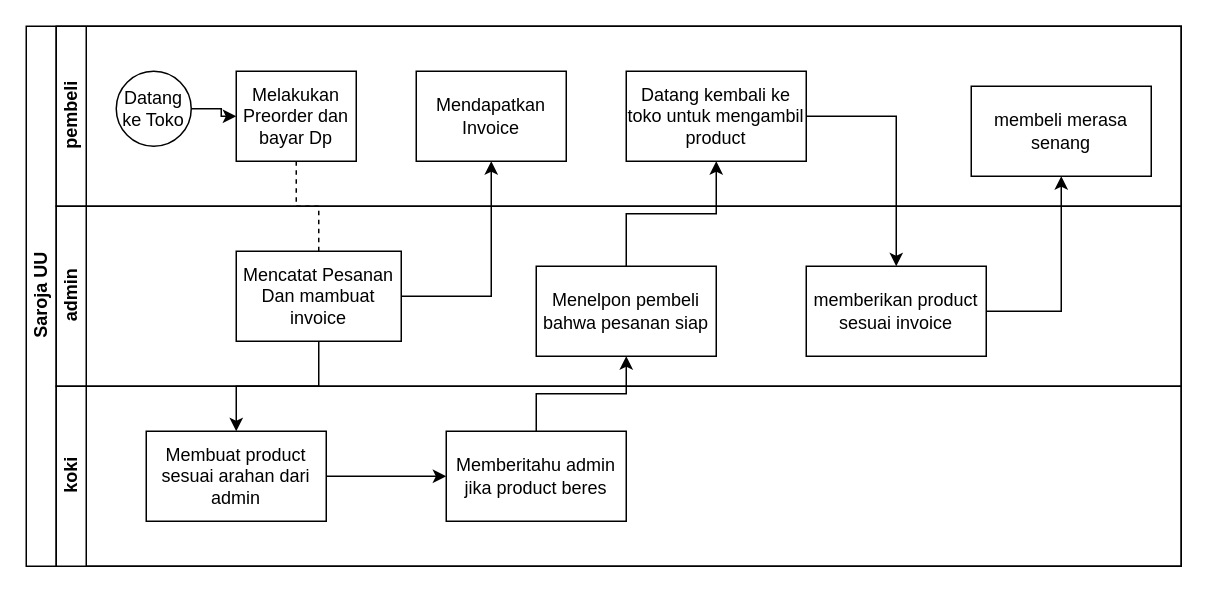
Earlier version of the draw.io diagram Untitled Diagram.drawio (PramAhmad/si_system). Source tidied: cells renumbered, new cells numbered last; positions are measured from the earlier drawing's top-left corner, leaving out a move shared by most shapes. Both pictures are drawn from the tidied source at 150%, with x=0, y=0 at pixel (26, 26).
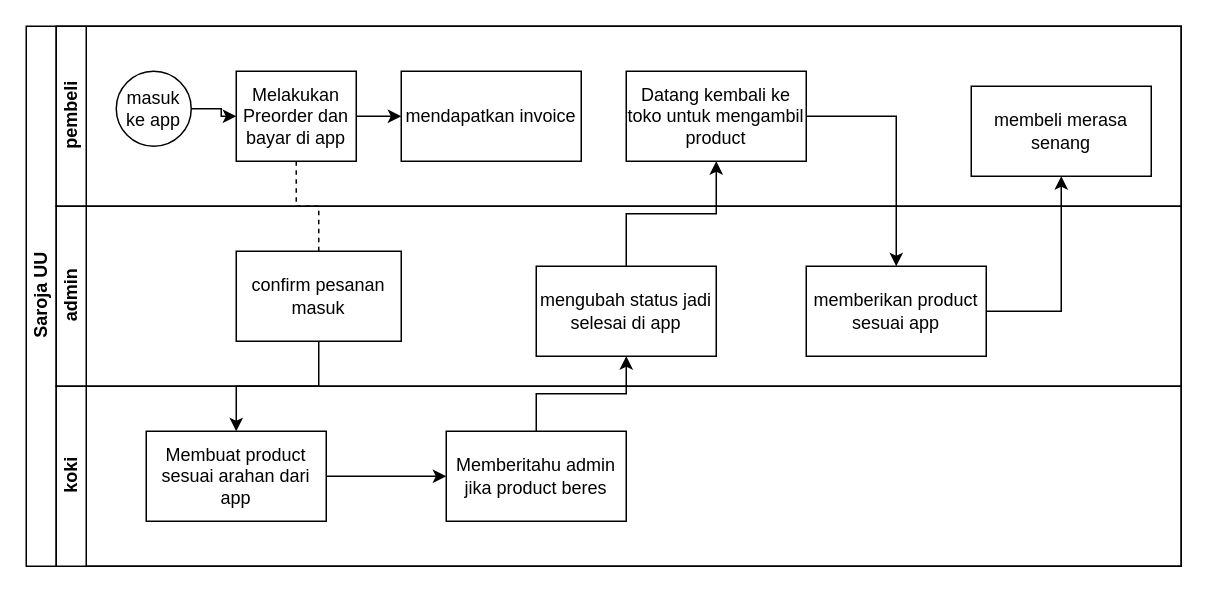
After the change.

The change refers to these unchanged cells:
```xml
<mxCell id="2" value="Saroja UU" style="swimlane;html=1;horizontal=0;startSize=20;" parent="1" vertex="1">
  <mxGeometry width="770" height="360" as="geometry" />
</mxCell>
<mxCell id="4" value="pembeli" style="swimlane;html=1;startSize=20;horizontal=0;" parent="2" vertex="1">
  <mxGeometry x="20" width="750" height="120" as="geometry" />
</mxCell>
<mxCell id="11" value="admin" style="swimlane;html=1;startSize=20;horizontal=0;" parent="2" vertex="1">
  <mxGeometry x="20" y="120" width="750" height="120" as="geometry" />
</mxCell>
<mxCell id="15" value="koki" style="swimlane;html=1;startSize=20;horizontal=0;" parent="2" vertex="1">
  <mxGeometry x="20" y="240" width="750" height="120" as="geometry" />
</mxCell>
```

Diff of the diagram source:
```diff
@@
-    <mxCell id="6" value="Datang ke Toko" style="ellipse;whiteSpace=wrap;html=1;" parent="4" vertex="1">
+    <mxCell id="6" value="masuk ke app" style="ellipse;whiteSpace=wrap;html=1;" parent="4" vertex="1">
       <mxGeometry x="40" y="30" width="50" height="50" as="geometry" />
     </mxCell>
+    <mxCell id="25" style="edgeStyle=orthogonalEdgeStyle;rounded=0;jettySize=auto;html=1;" parent="4" edge="1" source="7" target="26">
+      <mxGeometry relative="1" as="geometry" />
+    </mxCell>
-    <mxCell id="7" value="Melakukan Preorder dan bayar Dp" style="rounded=0;whiteSpace=wrap;html=1;fontFamily=Helvetica;fontSize=12;fontColor=#000000;align=center;" parent="4" vertex="1">
+    <mxCell id="7" value="Melakukan Preorder dan bayar di app" style="rounded=0;whiteSpace=wrap;html=1;fontFamily=Helvetica;fontSize=12;fontColor=#000000;align=center;" parent="4" vertex="1">
       <mxGeometry x="120" y="30" width="80" height="60" as="geometry" />
     </mxCell>
-    <mxCell id="8" value="Mendapatkan Invoice" style="rounded=0;whiteSpace=wrap;html=1;" parent="4" vertex="1">
-      <mxGeometry x="240" y="30" width="100" height="60" as="geometry" />
-    </mxCell>
@@
+    <mxCell id="26" value="mendapatkan invoice" style="whiteSpace=wrap;html=1;fontColor=#000000;rounded=0;" parent="4" vertex="1">
+      <mxGeometry x="230" y="30" width="120" height="60" as="geometry" />
+    </mxCell>
@@
-    <mxCell id="12" value="Mencatat Pesanan Dan mambuat invoice" style="rounded=0;whiteSpace=wrap;html=1;fontFamily=Helvetica;fontSize=12;fontColor=#000000;align=center;" parent="11" vertex="1">
+    <mxCell id="12" value="confirm pesanan masuk" style="rounded=0;whiteSpace=wrap;html=1;fontFamily=Helvetica;fontSize=12;fontColor=#000000;align=center;" parent="11" vertex="1">
       <mxGeometry x="120" y="30" width="110" height="60" as="geometry" />
     </mxCell>
-    <mxCell id="13" value="Menelpon pembeli bahwa pesanan siap" style="rounded=0;whiteSpace=wrap;html=1;" parent="11" vertex="1">
+    <mxCell id="13" value="mengubah status jadi selesai di app" style="rounded=0;whiteSpace=wrap;html=1;" parent="11" vertex="1">
       <mxGeometry x="320" y="40" width="120" height="60" as="geometry" />
     </mxCell>
-    <mxCell id="14" value="memberikan product sesuai invoice" style="rounded=0;whiteSpace=wrap;html=1;" parent="11" vertex="1">
+    <mxCell id="14" value="memberikan product sesuai app" style="rounded=0;whiteSpace=wrap;html=1;" parent="11" vertex="1">
       <mxGeometry x="500" y="40" width="120" height="60" as="geometry" />
     </mxCell>
@@
-    <mxCell id="17" value="Membuat product sesuai arahan dari admin" style="rounded=0;whiteSpace=wrap;html=1;fontFamily=Helvetica;fontSize=12;fontColor=#000000;align=center;" parent="15" vertex="1">
+    <mxCell id="17" value="Membuat product sesuai arahan dari app" style="rounded=0;whiteSpace=wrap;html=1;fontFamily=Helvetica;fontSize=12;fontColor=#000000;align=center;" parent="15" vertex="1">
       <mxGeometry x="60" y="30" width="120" height="60" as="geometry" />
     </mxCell>
@@
-    <mxCell id="20" style="edgeStyle=orthogonalEdgeStyle;rounded=0;jettySize=auto;html=1;exitX=1;exitY=0.5;exitDx=0;exitDy=0;entryX=0.5;entryY=1;entryDx=0;entryDy=0;" parent="2" edge="1" source="12" target="8">
-      <mxGeometry relative="1" as="geometry" />
-    </mxCell>
```
